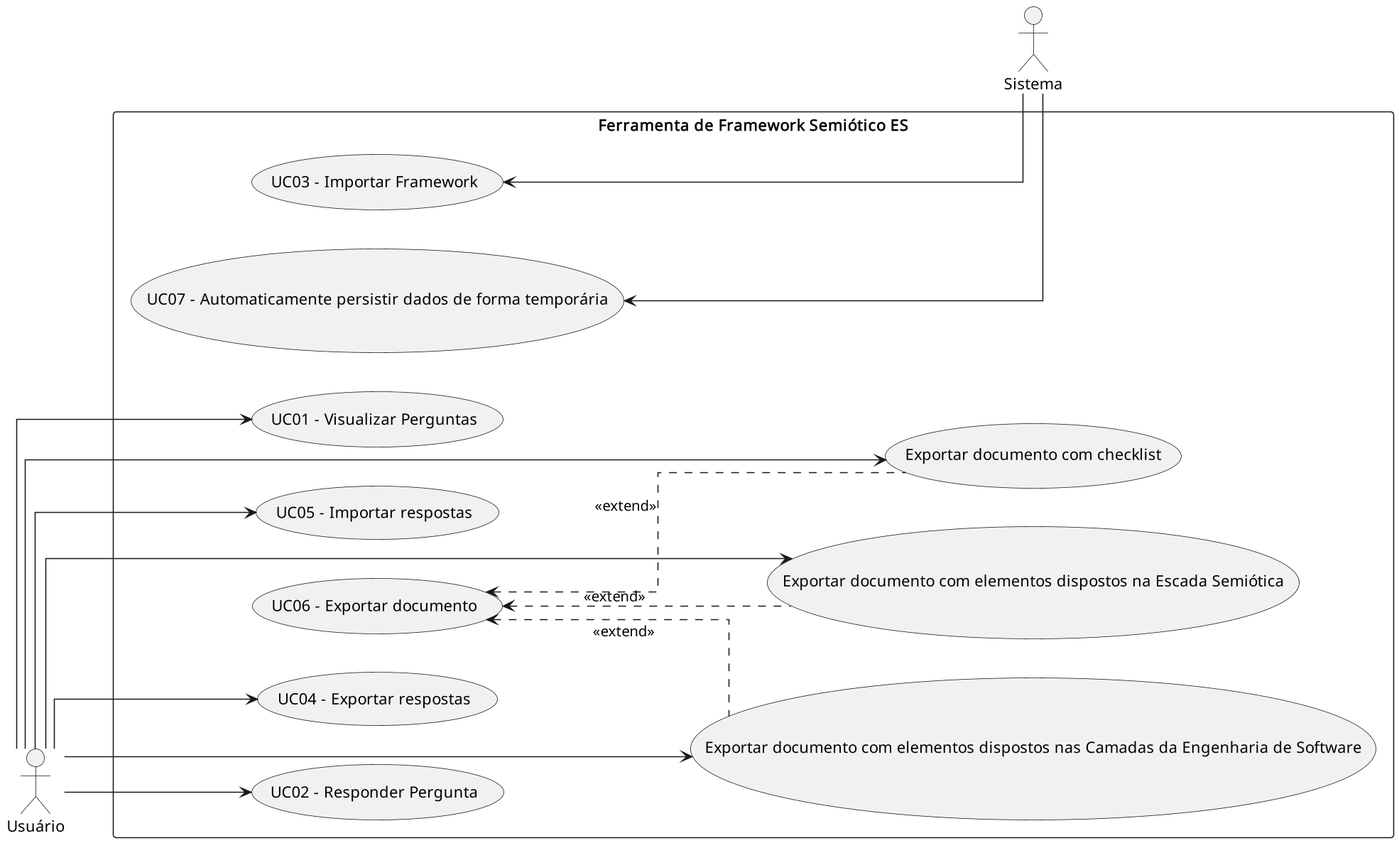
Before: out/docs/requirements/use_cases/use_cases.png, a diagram exported from PlantUML (auri-gabriel/semiotic-framework-tool).
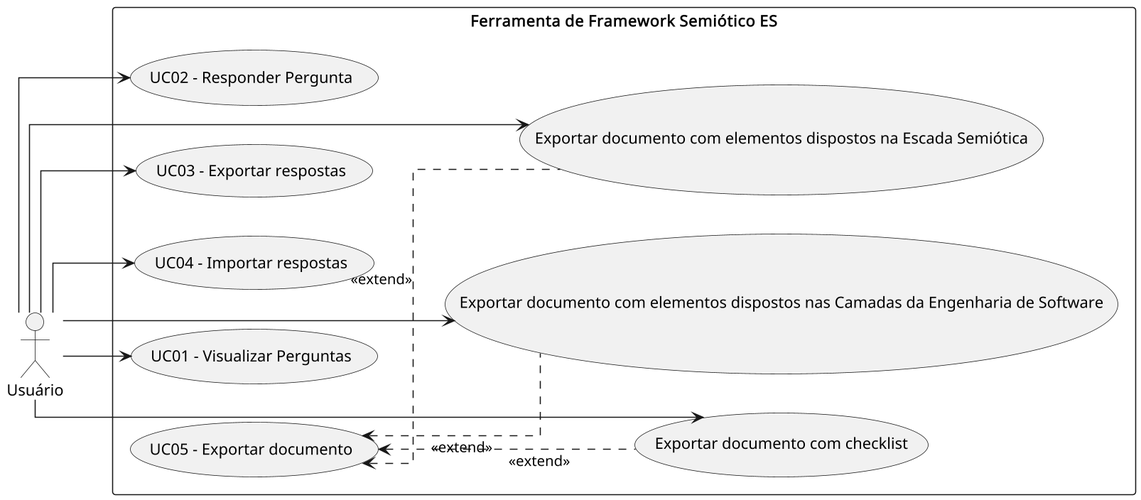
Above is the later version.

Commit message:
docs(use_cases): update UC diagram

Diff of the diagram source:
```diff
@@ -4,24 +4,18 @@
 skinparam linetype ortho
 
 actor Usuário
-actor Sistema
 
 rectangle "Ferramenta de Framework Semiótico ES" {
     (UC01 - Visualizar Perguntas) as visualizar
     (UC02 - Responder Pergunta) as responder
-    (UC03 - Importar Framework) as importar_framework
-    (UC04 - Exportar respostas) as salvar
-    (UC05 - Importar respostas) as importar
-    (UC06 - Exportar documento) as exportar
-    (UC07 - Automaticamente persistir dados de forma temporária) as temp_db
+    (UC03 - Exportar respostas) as salvar
+    (UC04 - Importar respostas) as importar
+    (UC05 - Exportar documento) as exportar
 
     (Exportar documento com elementos dispostos nas Camadas da Engenharia de Software) as camadas
     (Exportar documento com checklist) as checklist
     (Exportar documento com elementos dispostos na Escada Semiótica) as escada
 }
-
- importar_framework <-- Sistema
- temp_db <-- Sistema
 
 Usuário --> visualizar
 Usuário --> responder
```
